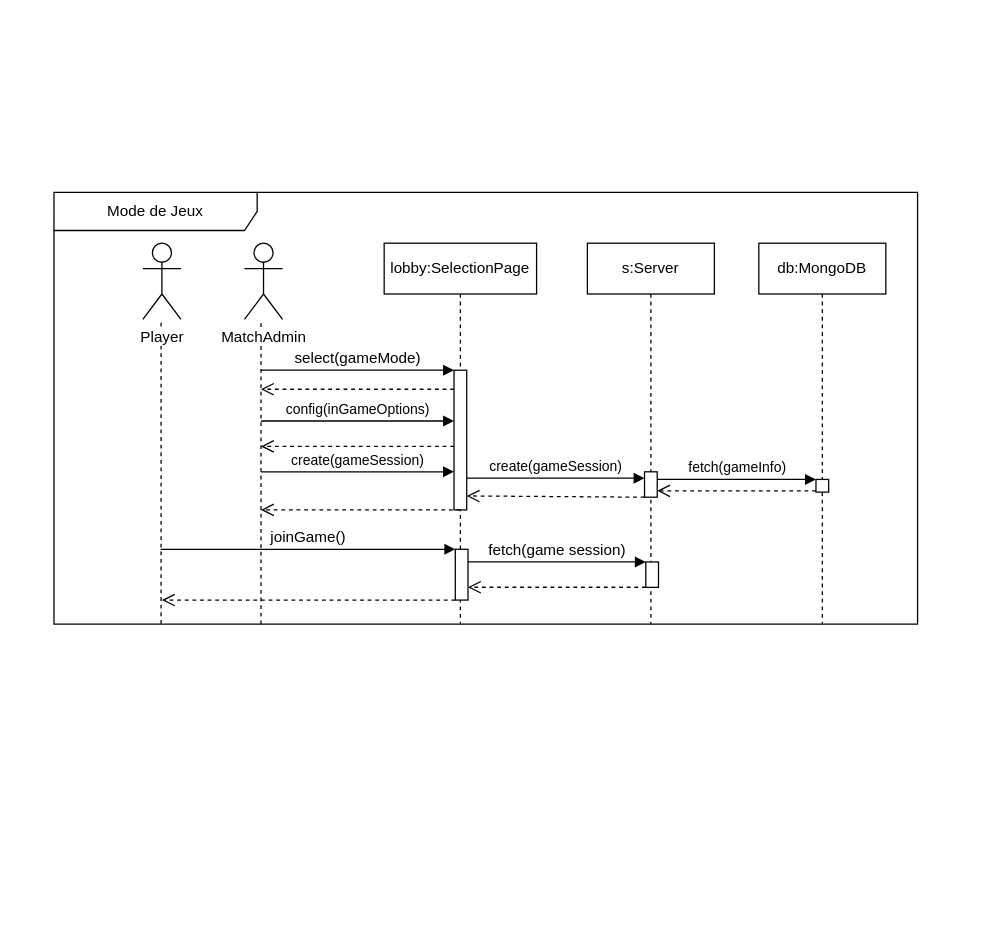
This is page "diagramme_seq_mode" (9 of 9) of doc/diagrammes.drawio from margielamob/Cherches-Trouves-Gagnes, a draw.io file, before an edit. Source tidied: cells renumbered, new cells numbered last; positions are measured from the earlier drawing's top-left corner, leaving out a move shared by most shapes. Both pictures are drawn from the tidied source at 127%, with x=0, y=0 at pixel (53, 192).
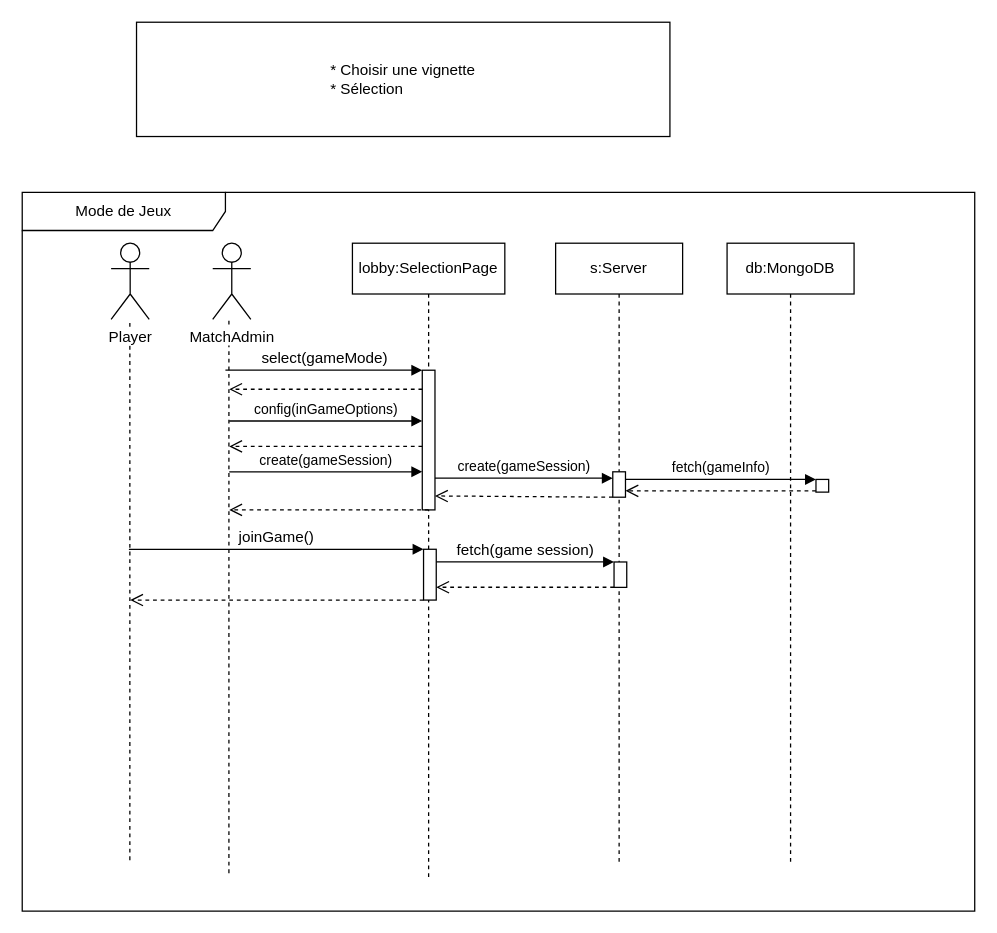
After the change.

The change refers to these unchanged cells:
```xml
<mxCell id="5" style="html=1;points=[[0,0,0,0,5],[0,1,0,0,-5],[1,0,0,0,5],[1,1,0,0,-5]];perimeter=orthogonalPerimeter;outlineConnect=0;targetShapes=umlLifeline;portConstraint=eastwest;newEdgeStyle={&quot;curved&quot;:0,&quot;rounded&quot;:0};strokeColor=default;fontFamily=Helvetica;fontSize=12;fontColor=default;fillColor=default;" parent="4" vertex="1">
  <mxGeometry x="55" y="100" width="10" height="110" as="geometry" />
</mxCell>
<mxCell id="11" value="MatchAdmin" style="shape=umlActor;verticalLabelPosition=bottom;verticalAlign=top;html=1;labelBackgroundColor=default;" parent="2" vertex="1">
  <mxGeometry x="150" y="40" width="30" height="60" as="geometry" />
</mxCell>
<mxCell id="13" value="Player" style="shape=umlActor;verticalLabelPosition=bottom;verticalAlign=top;html=1;strokeColor=default;fontFamily=Helvetica;fontSize=12;fontColor=default;fillColor=default;labelBackgroundColor=default;" parent="2" vertex="1">
  <mxGeometry x="70" y="40" width="30" height="60" as="geometry" />
</mxCell>
```

Diff of the diagram source:
```diff
@@
     <mxCell id="2" value="Mode de Jeux" style="shape=umlFrame;whiteSpace=wrap;html=1;width=160;" parent="1" vertex="1">
-      <mxGeometry width="680" height="340" as="geometry" />
+      <mxGeometry x="-25" width="750" height="566" as="geometry" />
     </mxCell>
-    <mxCell id="3" style="endArrow=none;dashed=1;html=1;rounded=0;orthogonal=1;" parent="2" edge="1" target="11">
-      <mxGeometry relative="1" as="geometry">
-        <mxPoint x="163" y="340" as="sourcePoint" />
-      </mxGeometry>
+    <mxCell id="3" style="endArrow=none;dashed=1;html=1;rounded=0;orthogonal=1;exitX=0.217;exitY=0.947;exitDx=0;exitDy=0;exitPerimeter=0;" parent="2" edge="1" source="2" target="11">
+      <mxGeometry relative="1" as="geometry" />
     </mxCell>
     <mxCell id="4" value="lobby:SelectionPage" style="shape=umlLifeline;perimeter=lifelinePerimeter;whiteSpace=wrap;html=1;newEdgeStyle={&quot;edgeStyle&quot;:&quot;elbowEdgeStyle&quot;,&quot;elbow&quot;:&quot;vertical&quot;,&quot;curved&quot;:0,&quot;rounded&quot;:0};" parent="2" vertex="1">
-      <mxGeometry x="260" y="40" width="120" height="300" as="geometry" />
+      <mxGeometry x="260" y="40" width="120" height="500" as="geometry" />
     </mxCell>
@@
     <mxCell id="8" value="s:Server" style="shape=umlLifeline;perimeter=lifelinePerimeter;whiteSpace=wrap;html=1;newEdgeStyle={&quot;edgeStyle&quot;:&quot;elbowEdgeStyle&quot;,&quot;elbow&quot;:&quot;vertical&quot;,&quot;curved&quot;:0,&quot;rounded&quot;:0};" parent="2" vertex="1">
-      <mxGeometry x="420" y="40" width="100" height="300" as="geometry" />
+      <mxGeometry x="420" y="40" width="100" height="490" as="geometry" />
     </mxCell>
@@
-    <mxCell id="12" style="endArrow=none;dashed=1;html=1;rounded=0;labelBackgroundColor=default;strokeColor=default;fontFamily=Helvetica;fontSize=12;fontColor=default;shape=connector;exitX=0.124;exitY=0.999;exitDx=0;exitDy=0;exitPerimeter=0;orthogonal=1;" parent="2" edge="1" source="2" target="13">
+    <mxCell id="12" style="endArrow=none;dashed=1;html=1;rounded=0;labelBackgroundColor=default;strokeColor=default;fontFamily=Helvetica;fontSize=12;fontColor=default;shape=connector;orthogonal=1;exitX=0.113;exitY=0.929;exitDx=0;exitDy=0;exitPerimeter=0;" parent="2" edge="1" source="2" target="13">
       <mxGeometry relative="1" as="geometry" />
     </mxCell>
@@
     <mxCell id="24" value="db:MongoDB" style="shape=umlLifeline;perimeter=lifelinePerimeter;whiteSpace=wrap;html=1;newEdgeStyle={&quot;edgeStyle&quot;:&quot;elbowEdgeStyle&quot;,&quot;elbow&quot;:&quot;vertical&quot;,&quot;curved&quot;:0,&quot;rounded&quot;:0};" parent="2" vertex="1">
-      <mxGeometry x="555" y="40" width="100" height="300" as="geometry" />
+      <mxGeometry x="555" y="40" width="100" height="490" as="geometry" />
     </mxCell>
     <mxCell id="25" value="select(gameMode)" style="html=1;verticalAlign=bottom;endArrow=block;curved=0;rounded=0;labelBackgroundColor=default;strokeColor=default;fontFamily=Helvetica;fontSize=12;fontColor=default;shape=connector;" parent="1" edge="1" target="5">
       <mxGeometry relative="1" as="geometry">
-        <mxPoint x="163" y="140" as="sourcePoint" />
+        <mxPoint x="135" y="140" as="sourcePoint" />
       </mxGeometry>
     </mxCell>
@@
+    <mxCell id="29" value="* Choisir une vignette&lt;br&gt;&lt;div style=&quot;text-align: left;&quot;&gt;&lt;span style=&quot;background-color: initial;&quot;&gt;* Sélection&lt;/span&gt;&lt;/div&gt;" style="rounded=0;whiteSpace=wrap;html=1;" parent="1" vertex="1">
+      <mxGeometry x="65" y="-134" width="420" height="90" as="geometry" />
+    </mxCell>
```
